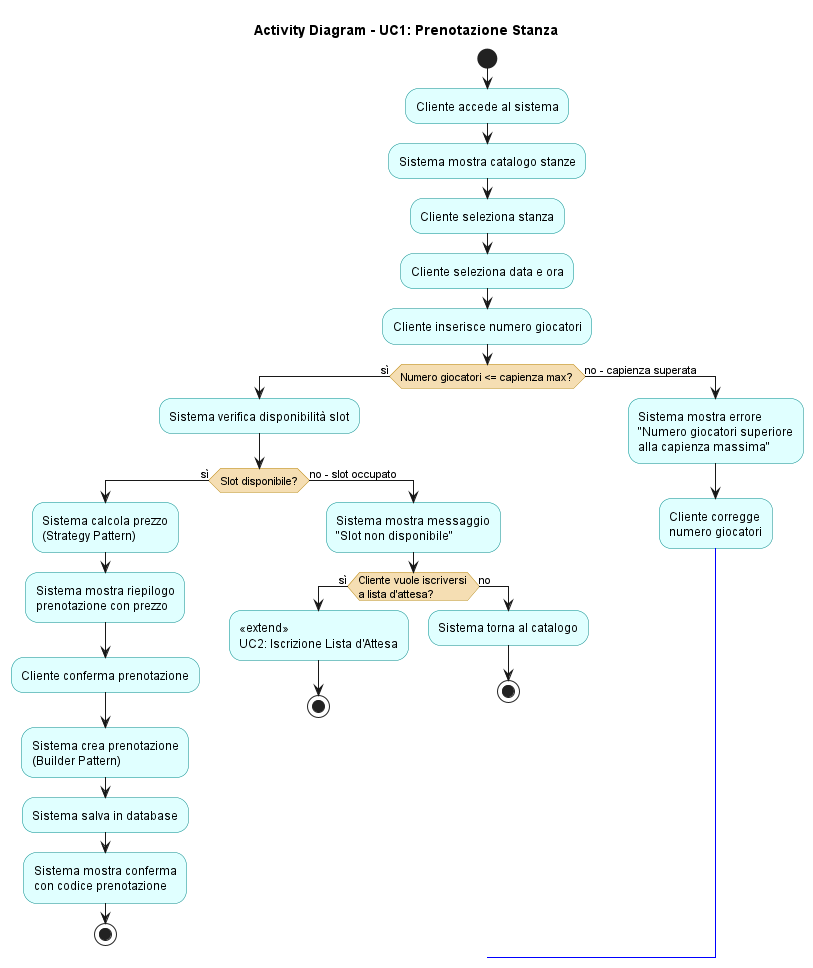
Adrycasta04/EscapeManager keeps this PlantUML diagram as LaTeX/images/activity_prenotazione.png. Above is the earlier version.
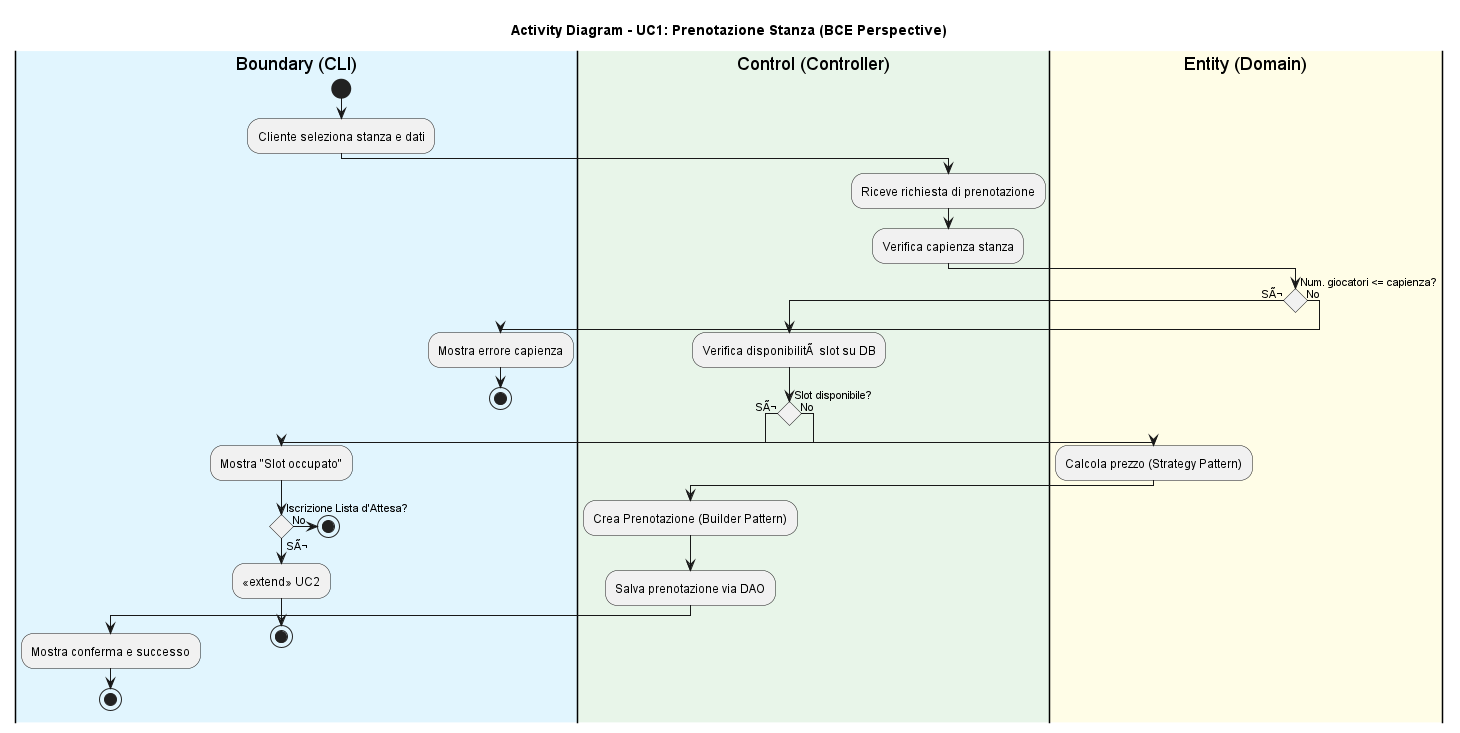
After the commit.

The edit, as a diff of the source:
```diff
@@ -1,71 +1,52 @@
 @startuml activity_prenotazione
-skinparam activityBackgroundColor LightCyan
-skinparam activityBorderColor DarkCyan
-skinparam activityDiamondBackgroundColor Wheat
-skinparam activityDiamondBorderColor DarkGoldenRod
+skinparam theme plain
+skinparam conditionStyle diamond
+skinparam linetype ortho
 
-title Activity Diagram - UC1: Prenotazione Stanza
+title Activity Diagram - UC1: Prenotazione Stanza (BCE Perspective)
 
+|#E1F5FE|Boundary (CLI)|
+|#E8F5E9|Control (Controller)|
+|#FFFDE7|Entity (Domain)|
+
+|Boundary (CLI)|
 start
+:Cliente seleziona stanza e dati;
 
-:Cliente accede al sistema;
+|Control (Controller)|
+:Riceve richiesta di prenotazione;
+:Verifica capienza stanza;
 
-:Sistema mostra catalogo stanze;
+|Entity (Domain)|
+if (Num. giocatori <= capienza?) then (SÃ¬)
+  |Control (Controller)|
+  :Verifica disponibilitÃ  slot su DB;
 
-:Cliente seleziona stanza;
+  if (Slot disponibile?) then (SÃ¬)
+    |Entity (Domain)|
+    :Calcola prezzo (Strategy Pattern);
 
-:Cliente seleziona data e ora;
+|Control (Controller)|
+    :Crea Prenotazione (Builder Pattern);
+    :Salva prenotazione via DAO;
 
-:Cliente inserisce numero giocatori;
-
-if (Numero giocatori <= capienza max?) then (sì)
-
-  :Sistema verifica disponibilità slot;
-
-  if (Slot disponibile?) then (sì)
-
-    :Sistema calcola prezzo\n(Strategy Pattern);
-
-    :Sistema mostra riepilogo\nprenotazione con prezzo;
-
-    :Cliente conferma prenotazione;
-
-    :Sistema crea prenotazione\n(Builder Pattern);
-
-    :Sistema salva in database;
-
-    :Sistema mostra conferma\ncon codice prenotazione;
-
+|Boundary (CLI)|
+    :Mostra conferma e successo;
     stop
-
-  else (no - slot occupato)
-
-    :Sistema mostra messaggio\n"Slot non disponibile";
-
-    if (Cliente vuole iscriversi\na lista d'attesa?) then (sì)
-
-      :<<extend>>\nUC2: Iscrizione Lista d'Attesa;
-
+  else (No)
+    |Boundary (CLI)|
+    :Mostra "Slot occupato";
+    if (Iscrizione Lista d'Attesa?) then (SÃ¬)
+      :<<extend>> UC2;
       stop
-
-    else (no)
-
-      :Sistema torna al catalogo;
-
+    else (No)
       stop
-
     endif
-
   endif
-
-else (no - capienza superata)
-
-  :Sistema mostra errore\n"Numero giocatori superiore\nalla capienza massima";
-
-  :Cliente corregge\nnumero giocatori;
-
-  -[#blue]-> :Cliente inserisce numero giocatori;
-
+else (No)
+  |Boundary (CLI)|
+  :Mostra errore capienza;
+  stop
 endif
 
 @enduml
```
